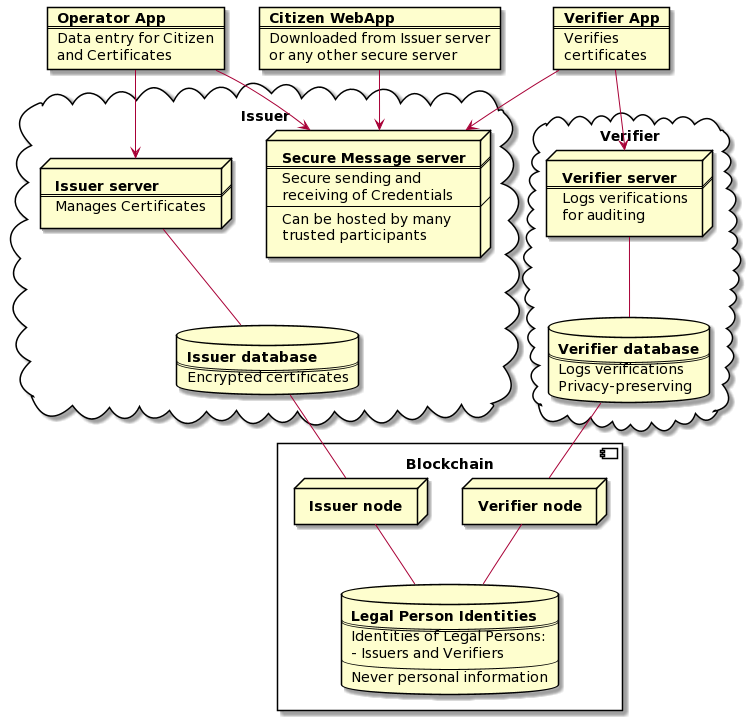
kemalbehram/SafeIsland keeps this PlantUML diagram as images/SafeIsland_Components.png. Above is the earlier version.
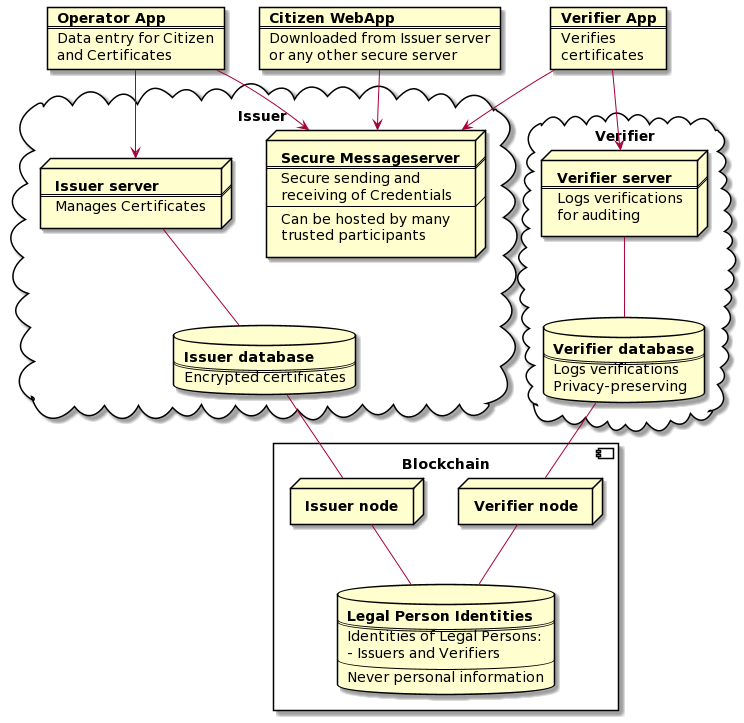
The same diagram one commit later.

The edit, as a diff of the source:
```diff
@@ -23,7 +23,7 @@
 cloud Issuer {
 
   node SecureMessageServer [
-    <b>Secure Message server
+    <b>Secure Messageserver
     ====
     Secure sending and
     receiving of Credentials
```
